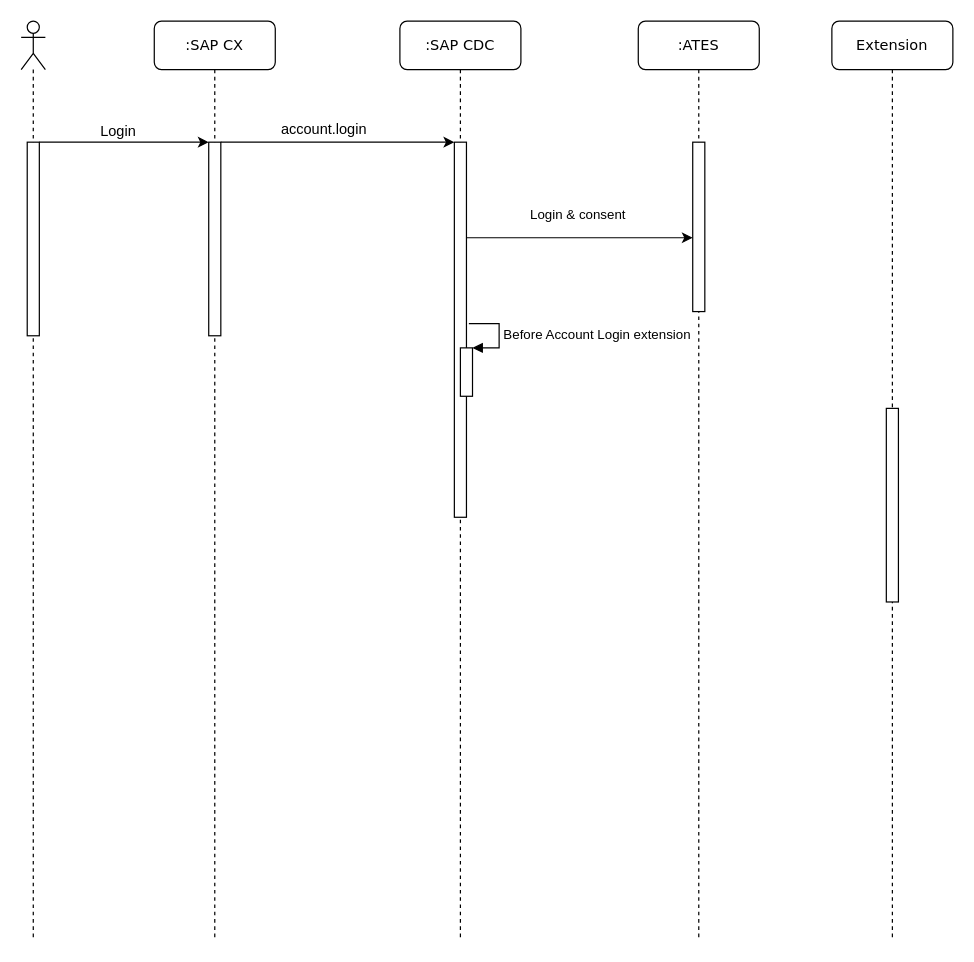
This is page "OPIDC-GetIndivInfo" (2 of 2) of SeqDiagram-CX-VOO-CDC.drawio from MudBloodArchitekt/draw.io, a draw.io file, before an edit. Source tidied: cells renumbered, new cells numbered last; positions are measured from the earlier drawing's top-left corner, leaving out a move shared by most shapes. Both pictures are drawn from the tidied source at 121%, with x=0, y=0 at pixel (21, 21).
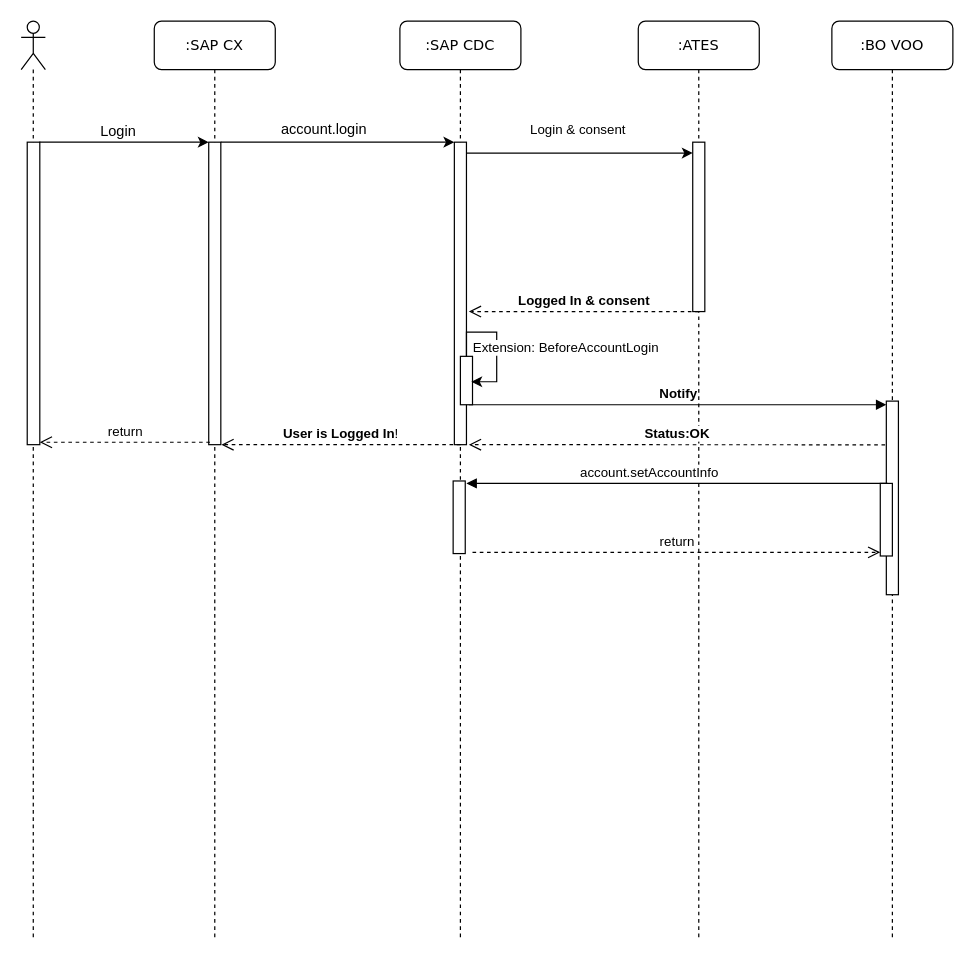
Above is the later version.

Unchanged cells that the change refers to:
```xml
<mxCell id="2" value=":SAP CX" style="shape=umlLifeline;perimeter=lifelinePerimeter;whiteSpace=wrap;html=1;rounded=1;shadow=0;comic=0;labelBackgroundColor=none;strokeWidth=1;fontFamily=Verdana;fontSize=12;align=center;" parent="1" vertex="1">
  <mxGeometry x="110" width="100" height="760" as="geometry" />
</mxCell>
<mxCell id="4" value=":SAP CDC" style="shape=umlLifeline;perimeter=lifelinePerimeter;whiteSpace=wrap;html=1;rounded=1;shadow=0;comic=0;labelBackgroundColor=none;strokeWidth=1;fontFamily=Verdana;fontSize=12;align=center;" parent="1" vertex="1">
  <mxGeometry x="313" width="100" height="760" as="geometry" />
</mxCell>
<mxCell id="6" style="shape=umlLifeline;participant=umlActor;perimeter=lifelinePerimeter;whiteSpace=wrap;html=1;verticalAlign=top;spacingTop=36;" parent="1" vertex="1">
  <mxGeometry width="20" height="760" as="geometry" />
</mxCell>
```

Diff of the diagram source:
```diff
@@
     <mxCell id="3" style="html=1;perimeter=orthogonalPerimeter;" parent="2" vertex="1">
-      <mxGeometry x="45" y="100" width="10" height="160" as="geometry" />
+      <mxGeometry x="45" y="100" width="10" height="250" as="geometry" />
     </mxCell>
@@
     <mxCell id="5" style="html=1;perimeter=orthogonalPerimeter;" parent="4" vertex="1">
-      <mxGeometry x="45" y="100" width="10" height="310" as="geometry" />
+      <mxGeometry x="45" y="100" width="10" height="250" as="geometry" />
     </mxCell>
@@
     <mxCell id="7" style="html=1;perimeter=orthogonalPerimeter;" parent="6" vertex="1">
-      <mxGeometry x="5" y="100" width="10" height="160" as="geometry" />
+      <mxGeometry x="5" y="100" width="10.4" height="250" as="geometry" />
     </mxCell>
@@
-    <mxCell id="10" value="Extension" style="shape=umlLifeline;perimeter=lifelinePerimeter;whiteSpace=wrap;html=1;rounded=1;shadow=0;comic=0;labelBackgroundColor=none;strokeWidth=1;fontFamily=Verdana;fontSize=12;align=center;" parent="1" vertex="1">
+    <mxCell id="10" value=":BO VOO" style="shape=umlLifeline;perimeter=lifelinePerimeter;whiteSpace=wrap;html=1;rounded=1;shadow=0;comic=0;labelBackgroundColor=none;strokeWidth=1;fontFamily=Verdana;fontSize=12;align=center;" parent="1" vertex="1">
       <mxGeometry x="670" width="100" height="760" as="geometry" />
     </mxCell>
     <mxCell id="11" style="html=1;perimeter=orthogonalPerimeter;" parent="10" vertex="1">
-      <mxGeometry x="45" y="320" width="10" height="160" as="geometry" />
+      <mxGeometry x="45" y="314" width="10" height="160" as="geometry" />
     </mxCell>
+    <mxCell id="19" value="&lt;font style=&quot;font-size: 11px&quot;&gt;&lt;b&gt;Notify&lt;/b&gt;&lt;/font&gt;" style="html=1;verticalAlign=bottom;endArrow=block;" parent="10" edge="1">
+      <mxGeometry relative="1" as="geometry">
+        <mxPoint x="-300" y="317" as="sourcePoint" />
+        <mxPoint x="45" y="317" as="targetPoint" />
+      </mxGeometry>
+    </mxCell>
@@
     <mxCell id="14" value="Login &amp;amp; consent" style="edgeStyle=orthogonalEdgeStyle;rounded=0;orthogonalLoop=1;jettySize=auto;html=1;" parent="1" edge="1">
       <mxGeometry x="-0.02" y="19" relative="1" as="geometry">
-        <mxPoint x="368" y="179" as="sourcePoint" />
-        <mxPoint x="555" y="179" as="targetPoint" />
+        <mxPoint x="368" y="109" as="sourcePoint" />
+        <mxPoint x="555" y="109" as="targetPoint" />
         <Array as="points">
-          <mxPoint x="450" y="179" />
-          <mxPoint x="450" y="179" />
+          <mxPoint x="450" y="109" />
+          <mxPoint x="450" y="109" />
         </Array>
       </mxGeometry>
     </mxCell>
@@
     <mxCell id="17" style="html=1;points=[];perimeter=orthogonalPerimeter;" parent="1" vertex="1">
-      <mxGeometry x="363" y="270" width="10" height="40" as="geometry" />
+      <mxGeometry x="363" y="277" width="10" height="40" as="geometry" />
     </mxCell>
-    <mxCell id="18" value="Before Account Login extension" style="edgeStyle=orthogonalEdgeStyle;html=1;align=left;spacingLeft=2;endArrow=block;rounded=0;entryX=1;entryY=0;" parent="1" edge="1" target="17">
-      <mxGeometry relative="1" as="geometry">
-        <mxPoint x="370" y="250" as="sourcePoint" />
-        <Array as="points">
-          <mxPoint x="395" y="250" />
-        </Array>
-      </mxGeometry>
-    </mxCell>
+    <mxCell id="20" value="&lt;b&gt;Status:OK&lt;/b&gt;" style="html=1;verticalAlign=bottom;endArrow=open;dashed=1;endSize=8;exitX=-0.1;exitY=0.288;exitDx=0;exitDy=0;exitPerimeter=0;" parent="1" edge="1">
+      <mxGeometry relative="1" as="geometry">
+        <mxPoint x="714" y="350.1" as="sourcePoint" />
+        <mxPoint x="370" y="350" as="targetPoint" />
+      </mxGeometry>
+    </mxCell>
+    <mxCell id="21" value="account.setAccountInfo" style="html=1;verticalAlign=bottom;endArrow=block;exitX=0.1;exitY=0.35;exitDx=0;exitDy=0;exitPerimeter=0;" parent="1" edge="1">
+      <mxGeometry x="0.13" relative="1" as="geometry">
+        <mxPoint x="716" y="382" as="sourcePoint" />
+        <mxPoint x="368" y="382" as="targetPoint" />
+      </mxGeometry>
+    </mxCell>
+    <mxCell id="22" value="return" style="html=1;verticalAlign=bottom;endArrow=open;dashed=1;endSize=8;exitX=1;exitY=0.95;" parent="1" edge="1">
+      <mxGeometry relative="1" as="geometry">
+        <mxPoint x="373" y="439" as="sourcePoint" />
+        <mxPoint x="710" y="439" as="targetPoint" />
+      </mxGeometry>
+    </mxCell>
+    <mxCell id="23" style="html=1;perimeter=orthogonalPerimeter;" parent="1" vertex="1">
+      <mxGeometry x="710" y="382" width="10" height="60" as="geometry" />
+    </mxCell>
+    <mxCell id="24" value="Extension: BeforeAccountLogin" style="edgeStyle=orthogonalEdgeStyle;rounded=0;orthogonalLoop=1;jettySize=auto;html=1;entryX=0.9;entryY=0.525;entryDx=0;entryDy=0;entryPerimeter=0;" parent="1" edge="1" source="17" target="17">
+      <mxGeometry x="0.08" y="57" relative="1" as="geometry" />
+    </mxCell>
+    <mxCell id="25" style="html=1;perimeter=orthogonalPerimeter;" parent="1" vertex="1">
+      <mxGeometry x="357" y="380" width="10" height="60" as="geometry" />
+    </mxCell>
+    <mxCell id="26" value="&lt;b&gt;Logged In &amp;amp; consent&lt;br&gt;&lt;/b&gt;" style="html=1;verticalAlign=bottom;endArrow=open;dashed=1;endSize=8;" parent="1" edge="1">
+      <mxGeometry relative="1" as="geometry">
+        <mxPoint x="560" y="240" as="sourcePoint" />
+        <mxPoint x="370" y="240" as="targetPoint" />
+      </mxGeometry>
+    </mxCell>
+    <mxCell id="27" value="&lt;b&gt;User is Logged In&lt;/b&gt;!" style="html=1;verticalAlign=bottom;endArrow=open;dashed=1;endSize=8;" parent="1" edge="1">
+      <mxGeometry relative="1" as="geometry">
+        <mxPoint x="363" y="350" as="sourcePoint" />
+        <mxPoint x="165.5" y="350" as="targetPoint" />
+      </mxGeometry>
+    </mxCell>
+    <mxCell id="28" value="return" style="html=1;verticalAlign=bottom;endArrow=open;dashed=1;endSize=8;exitX=0.1;exitY=0.98;exitDx=0;exitDy=0;exitPerimeter=0;" parent="1" edge="1">
+      <mxGeometry relative="1" as="geometry">
+        <mxPoint x="156" y="348" as="sourcePoint" />
+        <mxPoint x="15.4" y="348" as="targetPoint" />
+      </mxGeometry>
+    </mxCell>
```
